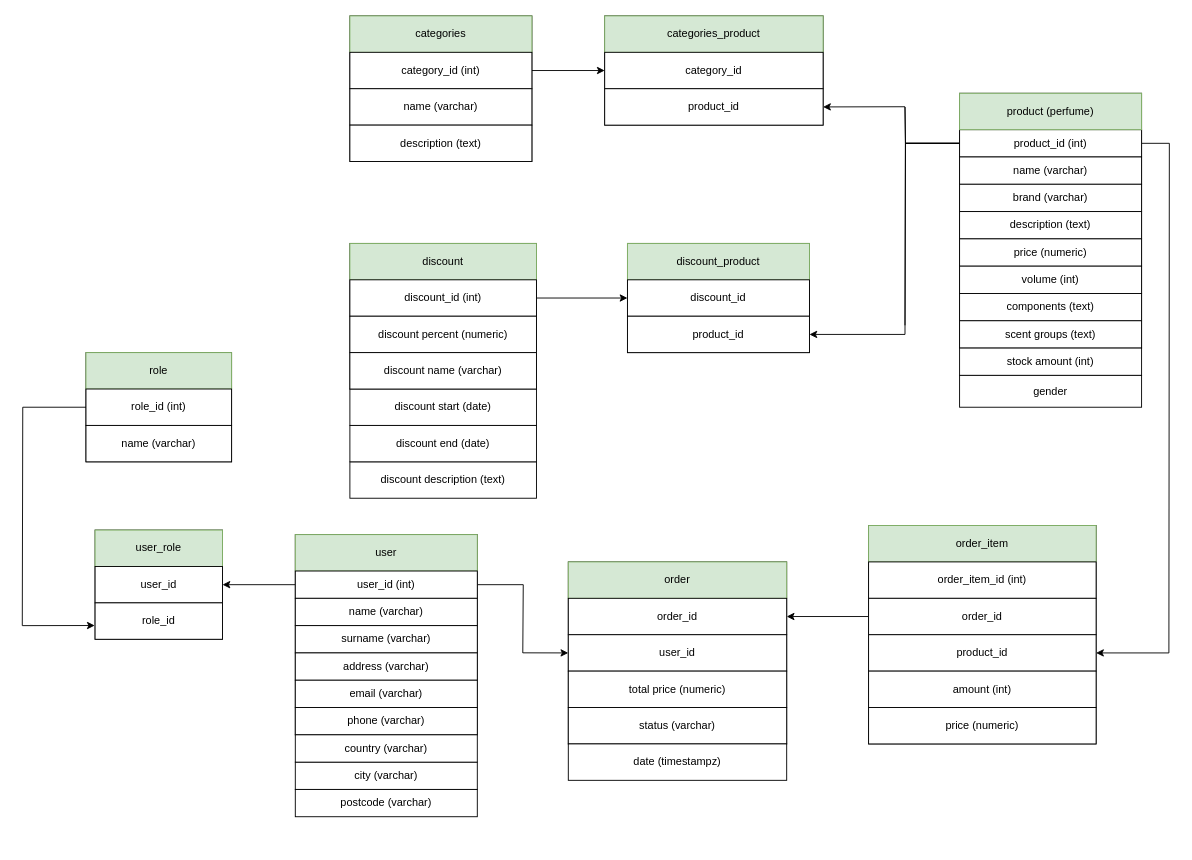
This is backend/db_scheme.drawio from ekaterinapetukhova/online-perfume-shopping, a draw.io file, before an edit. Source tidied: cells renumbered, new cells numbered last; positions are measured from the earlier drawing's top-left corner, leaving out a move shared by most shapes. Both pictures are drawn from the tidied source at 91%, with x=0, y=0 at pixel (22, 15).
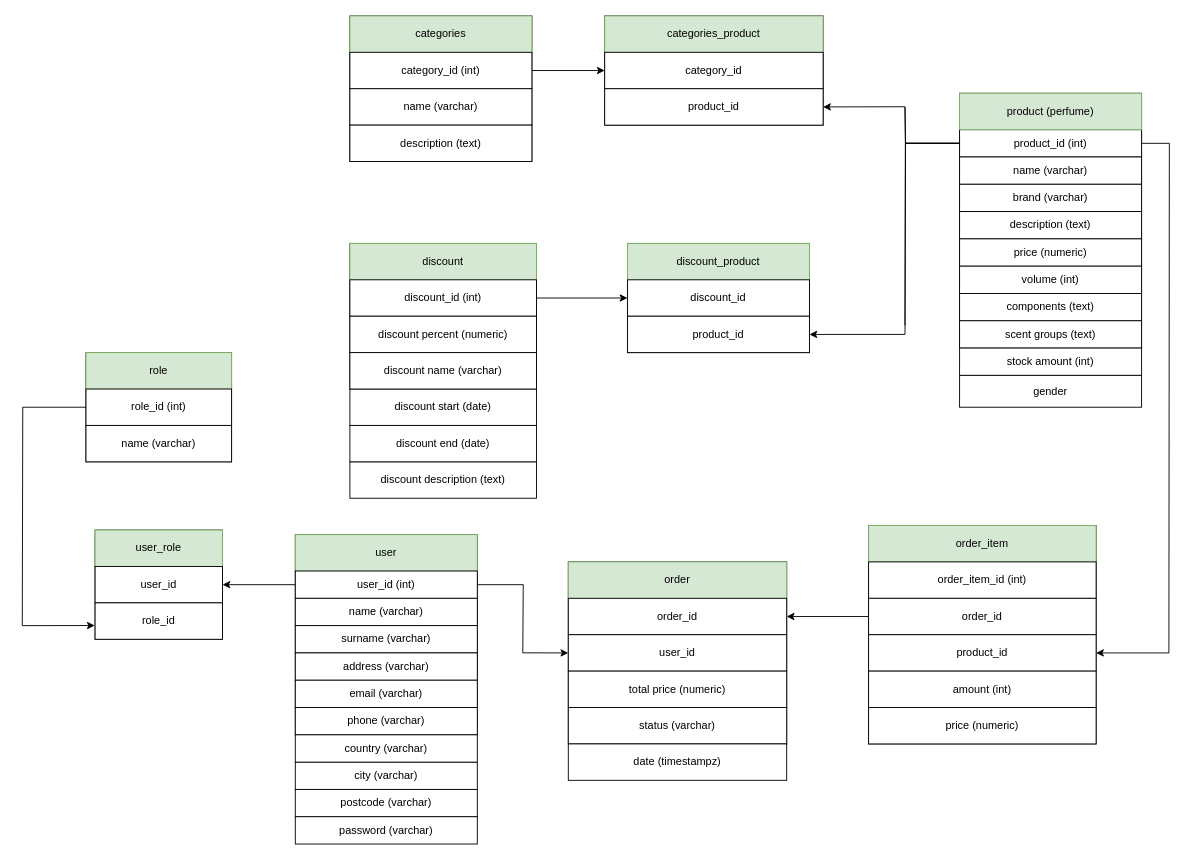
The same page after the edit.

What changed in the source:
```diff
@@
+    <mxCell id="87" value="password (varchar)" style="rounded=0;whiteSpace=wrap;html=1;" parent="1" vertex="1">
+      <mxGeometry x="300" y="880" width="200" height="30" as="geometry" />
+    </mxCell>
```
